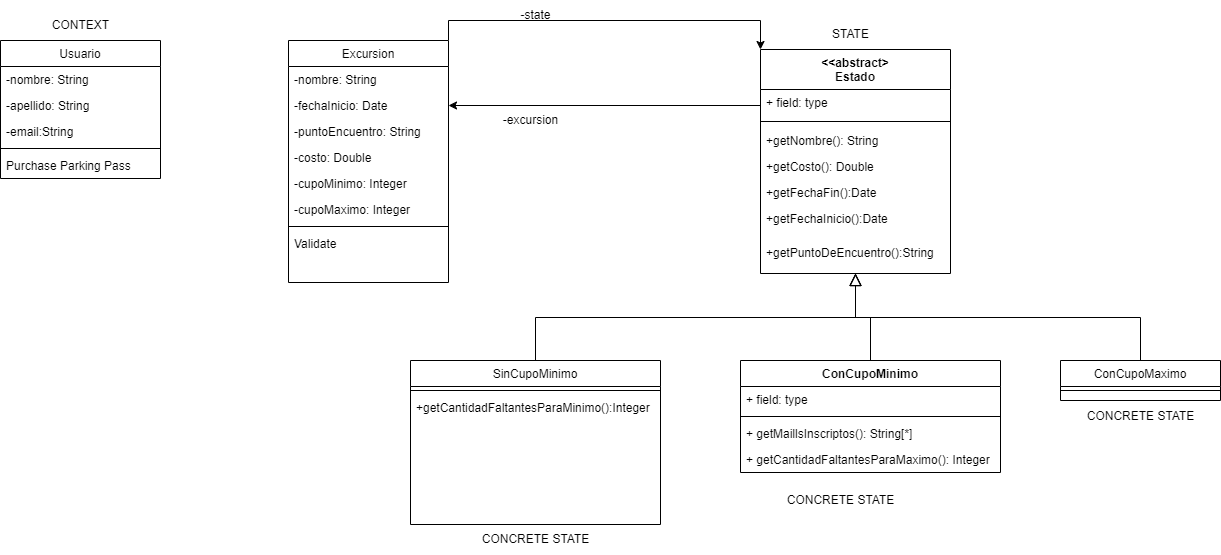
Earlier version of the draw.io export UML/ejercicio8.png (JuCenBer/OO2-Orientacion-Objetos2). Source tidied: cells renumbered, new cells last; positions are measured from the earlier drawing's top-left corner, leaving out a move shared by most shapes.
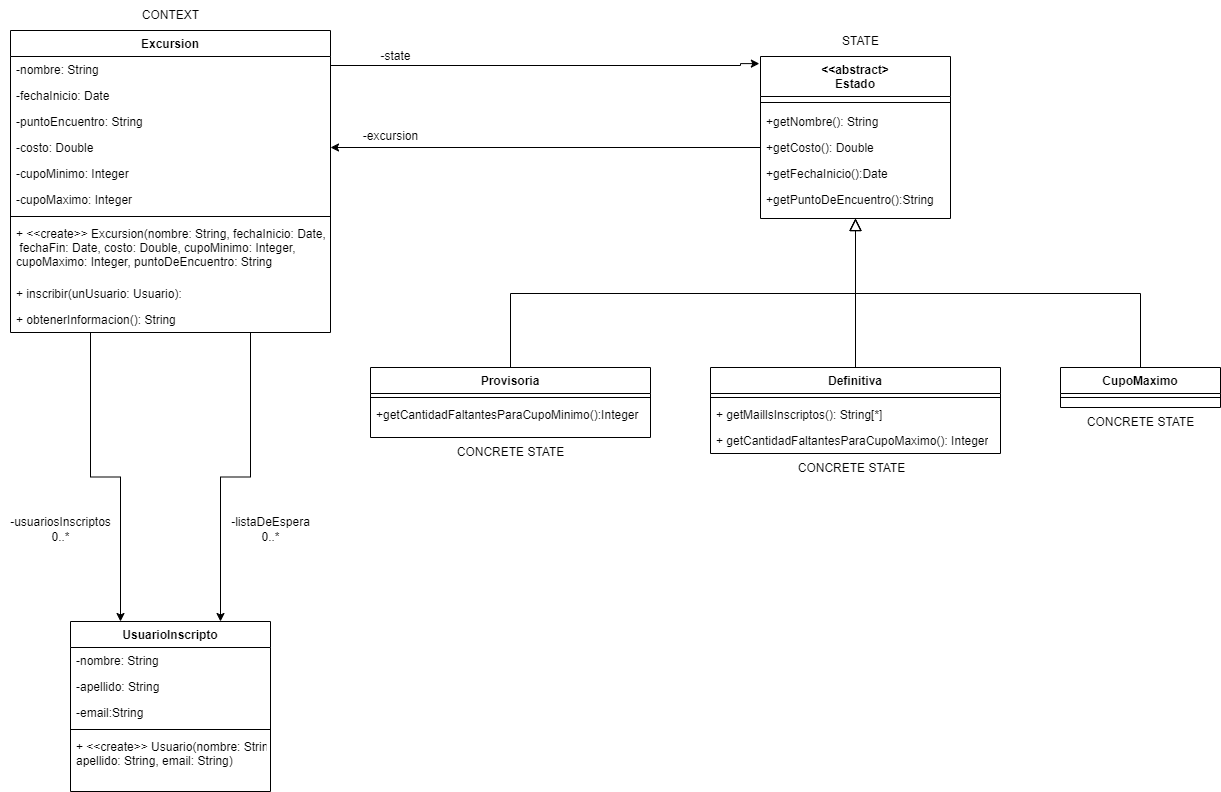
The same file after the commit.

What changed in the source:
```diff
@@ -2,38 +2,38 @@
   <root>
     <mxCell id="0" />
     <mxCell id="1" parent="0" />
-    <mxCell id="2" value="Usuario" style="swimlane;fontStyle=0;align=center;verticalAlign=top;horizontal=1;startSize=26;rounded=0;shadow=0;strokeWidth=1;" parent="1" vertex="1">
-      <mxGeometry y="40" width="160" height="138" as="geometry" />
+    <mxCell id="2" value="UsuarioInscripto" style="swimlane;fontStyle=1;align=center;verticalAlign=top;horizontal=1;startSize=26;rounded=0;shadow=0;strokeWidth=1;" parent="1" vertex="1">
+      <mxGeometry x="240" y="610" width="200" height="170" as="geometry" />
     </mxCell>
     <mxCell id="3" value="-nombre: String" style="text;align=left;verticalAlign=top;spacingLeft=4;spacingRight=4;overflow=hidden;" parent="2" vertex="1">
-      <mxGeometry y="26" width="160" height="26" as="geometry" />
+      <mxGeometry y="26" width="200" height="26" as="geometry" />
     </mxCell>
     <mxCell id="4" value="-apellido: String" style="text;align=left;verticalAlign=top;spacingLeft=4;spacingRight=4;overflow=hidden;rounded=0;shadow=0;html=0;" parent="2" vertex="1">
-      <mxGeometry y="52" width="160" height="26" as="geometry" />
+      <mxGeometry y="52" width="200" height="26" as="geometry" />
     </mxCell>
     <mxCell id="5" value="-email:String" style="text;align=left;verticalAlign=top;spacingLeft=4;spacingRight=4;overflow=hidden;rounded=0;shadow=0;html=0;" parent="2" vertex="1">
-      <mxGeometry y="78" width="160" height="26" as="geometry" />
+      <mxGeometry y="78" width="200" height="26" as="geometry" />
     </mxCell>
     <mxCell id="6" style="line;html=1;strokeWidth=1;align=left;verticalAlign=middle;spacingTop=-1;spacingLeft=3;spacingRight=3;labelPosition=right;" parent="2" vertex="1">
-      <mxGeometry y="104" width="160" height="8" as="geometry" />
+      <mxGeometry y="104" width="200" height="8" as="geometry" />
     </mxCell>
-    <mxCell id="7" value="Purchase Parking Pass" style="text;align=left;verticalAlign=top;spacingLeft=4;spacingRight=4;overflow=hidden;" parent="2" vertex="1">
-      <mxGeometry y="112" width="160" height="26" as="geometry" />
+    <mxCell id="7" value="+ &lt;&lt;create&gt;&gt; Usuario(nombre: String,&#10;apellido: String, email: String)" style="text;align=left;verticalAlign=top;spacingLeft=4;spacingRight=4;overflow=hidden;" parent="2" vertex="1">
+      <mxGeometry y="112" width="200" height="38" as="geometry" />
     </mxCell>
-    <mxCell id="8" value="SinCupoMinimo" style="swimlane;fontStyle=0;align=center;verticalAlign=top;horizontal=1;startSize=26;rounded=0;shadow=0;strokeWidth=1;" parent="1" vertex="1">
-      <mxGeometry x="410" y="360" width="250" height="164" as="geometry" />
+    <mxCell id="8" value="Provisoria" style="swimlane;fontStyle=1;align=center;verticalAlign=top;horizontal=1;startSize=26;rounded=0;shadow=0;strokeWidth=1;" parent="1" vertex="1">
+      <mxGeometry x="540" y="356" width="280" height="70" as="geometry" />
     </mxCell>
     <mxCell id="9" style="line;html=1;strokeWidth=1;align=left;verticalAlign=middle;spacingTop=-1;spacingLeft=3;spacingRight=3;labelPosition=right;" parent="8" vertex="1">
-      <mxGeometry y="26" width="250" height="8" as="geometry" />
+      <mxGeometry y="26" width="280" height="8" as="geometry" />
     </mxCell>
-    <mxCell id="10" value="+getCantidadFaltantesParaMinimo():Integer" style="text;align=left;verticalAlign=top;spacingLeft=4;spacingRight=4;overflow=hidden;" parent="8" vertex="1">
-      <mxGeometry y="34" width="250" height="26" as="geometry" />
+    <mxCell id="10" value="+getCantidadFaltantesParaCupoMinimo():Integer" style="text;align=left;verticalAlign=top;spacingLeft=4;spacingRight=4;overflow=hidden;" parent="8" vertex="1">
+      <mxGeometry y="34" width="280" height="26" as="geometry" />
     </mxCell>
     <mxCell id="11" style="endArrow=block;endSize=10;endFill=0;shadow=0;strokeWidth=1;rounded=0;edgeStyle=elbowEdgeStyle;elbow=vertical;entryX=0.5;entryY=1;entryDx=0;entryDy=0;" parent="1" edge="1" source="8" target="26">
       <mxGeometry relative="1" as="geometry" />
     </mxCell>
-    <mxCell id="12" value="ConCupoMaximo" style="swimlane;fontStyle=0;align=center;verticalAlign=top;horizontal=1;startSize=26;rounded=0;shadow=0;strokeWidth=1;" parent="1" vertex="1">
-      <mxGeometry x="1060" y="360" width="160" height="40" as="geometry" />
+    <mxCell id="12" value="CupoMaximo" style="swimlane;fontStyle=1;align=center;verticalAlign=top;horizontal=1;startSize=26;rounded=0;shadow=0;strokeWidth=1;" parent="1" vertex="1">
+      <mxGeometry x="1230" y="356" width="160" height="40" as="geometry" />
     </mxCell>
     <mxCell id="13" style="line;html=1;strokeWidth=1;align=left;verticalAlign=middle;spacingTop=-1;spacingLeft=3;spacingRight=3;labelPosition=right;" parent="12" vertex="1">
       <mxGeometry y="26" width="160" height="8" as="geometry" />
@@ -41,101 +41,115 @@
     <mxCell id="14" style="endArrow=block;endSize=10;endFill=0;shadow=0;strokeWidth=1;rounded=0;edgeStyle=elbowEdgeStyle;elbow=vertical;entryX=0.5;entryY=1;entryDx=0;entryDy=0;" parent="1" edge="1" source="12" target="26">
       <mxGeometry relative="1" as="geometry" />
     </mxCell>
-    <mxCell id="15" style="edgeStyle=orthogonalEdgeStyle;rounded=0;jettySize=auto;html=1;exitX=1;exitY=0;exitDx=0;exitDy=0;entryX=0;entryY=0;entryDx=0;entryDy=0;" parent="1" edge="1" source="16" target="26">
-      <mxGeometry relative="1" as="geometry" />
-    </mxCell>
+    <mxCell id="47" style="edgeStyle=orthogonalEdgeStyle;rounded=0;jettySize=auto;html=1;exitX=0.75;exitY=1;exitDx=0;exitDy=0;entryX=0.75;entryY=0;entryDx=0;entryDy=0;" parent="1" edge="1" source="16" target="2">
+      <mxGeometry relative="1" as="geometry" />
+    </mxCell>
+    <mxCell id="48" style="edgeStyle=orthogonalEdgeStyle;rounded=0;jettySize=auto;html=1;exitX=0.25;exitY=1;exitDx=0;exitDy=0;entryX=0.25;entryY=0;entryDx=0;entryDy=0;" parent="1" edge="1" source="16" target="2">
+      <mxGeometry relative="1" as="geometry" />
+    </mxCell>
-    <mxCell id="16" value="Excursion" style="swimlane;fontStyle=0;align=center;verticalAlign=top;horizontal=1;startSize=26;rounded=0;shadow=0;strokeWidth=1;" parent="1" vertex="1">
-      <mxGeometry x="288" y="40" width="160" height="242" as="geometry" />
+    <mxCell id="16" value="Excursion" style="swimlane;fontStyle=1;align=center;verticalAlign=top;horizontal=1;startSize=26;rounded=0;shadow=0;strokeWidth=1;" parent="1" vertex="1">
+      <mxGeometry x="180" y="19" width="320" height="302" as="geometry" />
     </mxCell>
     <mxCell id="17" value="-nombre: String" style="text;align=left;verticalAlign=top;spacingLeft=4;spacingRight=4;overflow=hidden;points=[[0,0.5],[1,0.5]];portConstraint=eastwest;" parent="16" vertex="1">
-      <mxGeometry y="26" width="160" height="26" as="geometry" />
+      <mxGeometry y="26" width="320" height="26" as="geometry" />
     </mxCell>
     <mxCell id="18" value="-fechaInicio: Date" style="text;align=left;verticalAlign=top;spacingLeft=4;spacingRight=4;overflow=hidden;points=[[0,0.5],[1,0.5]];portConstraint=eastwest;rounded=0;shadow=0;html=0;" parent="16" vertex="1">
-      <mxGeometry y="52" width="160" height="26" as="geometry" />
+      <mxGeometry y="52" width="320" height="26" as="geometry" />
     </mxCell>
     <mxCell id="19" value="-puntoEncuentro: String" style="text;align=left;verticalAlign=top;spacingLeft=4;spacingRight=4;overflow=hidden;rounded=0;shadow=0;html=0;" parent="16" vertex="1">
-      <mxGeometry y="78" width="160" height="26" as="geometry" />
+      <mxGeometry y="78" width="320" height="26" as="geometry" />
     </mxCell>
     <mxCell id="20" value="-costo: Double" style="text;align=left;verticalAlign=top;spacingLeft=4;spacingRight=4;overflow=hidden;points=[[0,0.5],[1,0.5]];portConstraint=eastwest;rounded=0;shadow=0;html=0;" parent="16" vertex="1">
-      <mxGeometry y="104" width="160" height="26" as="geometry" />
+      <mxGeometry y="104" width="320" height="26" as="geometry" />
     </mxCell>
     <mxCell id="21" value="-cupoMinimo: Integer" style="text;align=left;verticalAlign=top;spacingLeft=4;spacingRight=4;overflow=hidden;rounded=0;shadow=0;html=0;" parent="16" vertex="1">
-      <mxGeometry y="130" width="160" height="26" as="geometry" />
+      <mxGeometry y="130" width="320" height="26" as="geometry" />
     </mxCell>
     <mxCell id="22" value="-cupoMaximo: Integer" style="text;align=left;verticalAlign=top;spacingLeft=4;spacingRight=4;overflow=hidden;rounded=0;shadow=0;html=0;" parent="16" vertex="1">
-      <mxGeometry y="156" width="160" height="26" as="geometry" />
+      <mxGeometry y="156" width="320" height="26" as="geometry" />
     </mxCell>
     <mxCell id="23" style="line;html=1;strokeWidth=1;align=left;verticalAlign=middle;spacingTop=-1;spacingLeft=3;spacingRight=3;labelPosition=right;" parent="16" vertex="1">
-      <mxGeometry y="182" width="160" height="8" as="geometry" />
+      <mxGeometry y="182" width="320" height="8" as="geometry" />
     </mxCell>
+    <mxCell id="49" value="+ &lt;&lt;create&gt;&gt; Excursion(nombre: String, fechaInicio: Date,&#10; fechaFin: Date, costo: Double, cupoMinimo: Integer, &#10;cupoMaximo: Integer, puntoDeEncuentro: String" style="text;align=left;verticalAlign=top;spacingLeft=4;spacingRight=4;overflow=hidden;" parent="16" vertex="1">
+      <mxGeometry y="190" width="320" height="60" as="geometry" />
+    </mxCell>
-    <mxCell id="24" value="Validate" style="text;align=left;verticalAlign=top;spacingLeft=4;spacingRight=4;overflow=hidden;" parent="16" vertex="1">
-      <mxGeometry y="190" width="160" height="26" as="geometry" />
+    <mxCell id="24" value="+ inscribir(unUsuario: Usuario):" style="text;align=left;verticalAlign=top;spacingLeft=4;spacingRight=4;overflow=hidden;" parent="16" vertex="1">
+      <mxGeometry y="250" width="320" height="26" as="geometry" />
     </mxCell>
-    <mxCell id="25" style="edgeStyle=orthogonalEdgeStyle;rounded=0;jettySize=auto;html=1;exitX=0;exitY=0.25;exitDx=0;exitDy=0;entryX=1;entryY=0.5;entryDx=0;entryDy=0;" parent="1" edge="1" source="26" target="18">
-      <mxGeometry relative="1" as="geometry" />
-    </mxCell>
+    <mxCell id="50" value="+ obtenerInformacion(): String" style="text;align=left;verticalAlign=top;spacingLeft=4;spacingRight=4;overflow=hidden;" parent="16" vertex="1">
+      <mxGeometry y="276" width="320" height="26" as="geometry" />
+    </mxCell>
     <mxCell id="26" value="&amp;lt;&amp;lt;abstract&amp;gt;&lt;br&gt;Estado" style="swimlane;fontStyle=1;align=center;verticalAlign=top;horizontal=1;startSize=40;whiteSpace=wrap;html=1;" parent="1" vertex="1">
-      <mxGeometry x="760" y="49" width="190" height="224" as="geometry" />
+      <mxGeometry x="930" y="45" width="190" height="162" as="geometry" />
     </mxCell>
-    <mxCell id="27" value="+ field: type" style="text;strokeColor=none;fillColor=none;align=left;verticalAlign=top;spacingLeft=4;spacingRight=4;overflow=hidden;whiteSpace=wrap;html=1;" parent="26" vertex="1">
-      <mxGeometry y="40" width="190" height="26" as="geometry" />
-    </mxCell>
     <mxCell id="28" style="line;strokeWidth=1;fillColor=none;align=left;verticalAlign=middle;spacingTop=-1;spacingLeft=3;spacingRight=3;labelPosition=right;strokeColor=inherit;" parent="26" vertex="1">
-      <mxGeometry y="66" width="190" height="12" as="geometry" />
+      <mxGeometry y="40" width="190" height="12" as="geometry" />
     </mxCell>
     <mxCell id="29" value="+getNombre(): String" style="text;align=left;verticalAlign=top;spacingLeft=4;spacingRight=4;overflow=hidden;" parent="26" vertex="1">
-      <mxGeometry y="78" width="190" height="26" as="geometry" />
+      <mxGeometry y="52" width="190" height="26" as="geometry" />
     </mxCell>
     <mxCell id="30" value="+getCosto(): Double" style="text;align=left;verticalAlign=top;spacingLeft=4;spacingRight=4;overflow=hidden;points=[[0,0.5],[1,0.5]];portConstraint=eastwest;" parent="26" vertex="1">
-      <mxGeometry y="104" width="190" height="26" as="geometry" />
+      <mxGeometry y="78" width="190" height="26" as="geometry" />
     </mxCell>
-    <mxCell id="31" value="+getFechaFin():Date" style="text;align=left;verticalAlign=top;spacingLeft=4;spacingRight=4;overflow=hidden;" parent="26" vertex="1">
-      <mxGeometry y="130" width="190" height="26" as="geometry" />
-    </mxCell>
     <mxCell id="32" value="+getFechaInicio():Date" style="text;align=left;verticalAlign=top;spacingLeft=4;spacingRight=4;overflow=hidden;" parent="26" vertex="1">
-      <mxGeometry y="156" width="190" height="34" as="geometry" />
+      <mxGeometry y="104" width="190" height="26" as="geometry" />
     </mxCell>
     <mxCell id="33" value="+getPuntoDeEncuentro():String" style="text;align=left;verticalAlign=top;spacingLeft=4;spacingRight=4;overflow=hidden;" parent="26" vertex="1">
-      <mxGeometry y="190" width="190" height="34" as="geometry" />
+      <mxGeometry y="130" width="190" height="32" as="geometry" />
     </mxCell>
     <mxCell id="34" value="-state" style="text;html=1;align=center;verticalAlign=middle;strokeColor=none;fillColor=none;" parent="1" vertex="1">
-      <mxGeometry x="510" width="50" height="30" as="geometry" />
+      <mxGeometry x="540" y="30" width="50" height="30" as="geometry" />
     </mxCell>
     <mxCell id="35" value="-excursion" style="text;html=1;align=center;verticalAlign=middle;strokeColor=none;fillColor=none;" parent="1" vertex="1">
-      <mxGeometry x="490" y="105" width="80" height="30" as="geometry" />
+      <mxGeometry x="520" y="110" width="80" height="30" as="geometry" />
     </mxCell>
-    <mxCell id="36" value="ConCupoMinimo" style="swimlane;fontStyle=1;align=center;verticalAlign=top;horizontal=1;startSize=26;whiteSpace=wrap;html=1;" parent="1" vertex="1">
-      <mxGeometry x="740" y="360" width="260" height="112" as="geometry" />
+    <mxCell id="36" value="Definitiva" style="swimlane;fontStyle=1;align=center;verticalAlign=top;horizontal=1;startSize=26;whiteSpace=wrap;html=1;" parent="1" vertex="1">
+      <mxGeometry x="880" y="356" width="290" height="86" as="geometry" />
     </mxCell>
-    <mxCell id="37" value="+ field: type" style="text;strokeColor=none;fillColor=none;align=left;verticalAlign=top;spacingLeft=4;spacingRight=4;overflow=hidden;whiteSpace=wrap;html=1;" parent="36" vertex="1">
-      <mxGeometry y="26" width="260" height="26" as="geometry" />
-    </mxCell>
     <mxCell id="38" style="line;strokeWidth=1;fillColor=none;align=left;verticalAlign=middle;spacingTop=-1;spacingLeft=3;spacingRight=3;labelPosition=right;strokeColor=inherit;" parent="36" vertex="1">
-      <mxGeometry y="52" width="260" height="8" as="geometry" />
+      <mxGeometry y="26" width="290" height="8" as="geometry" />
     </mxCell>
     <mxCell id="39" value="+ getMaillsInscriptos(): String[*]" style="text;strokeColor=none;fillColor=none;align=left;verticalAlign=top;spacingLeft=4;spacingRight=4;overflow=hidden;whiteSpace=wrap;html=1;" parent="36" vertex="1">
-      <mxGeometry y="60" width="260" height="26" as="geometry" />
+      <mxGeometry y="34" width="290" height="26" as="geometry" />
     </mxCell>
-    <mxCell id="40" value="+ getCantidadFaltantesParaMaximo(): Integer" style="text;strokeColor=none;fillColor=none;align=left;verticalAlign=top;spacingLeft=4;spacingRight=4;overflow=hidden;whiteSpace=wrap;html=1;" parent="36" vertex="1">
-      <mxGeometry y="86" width="260" height="26" as="geometry" />
+    <mxCell id="40" value="+ getCantidadFaltantesParaCupoMaximo(): Integer" style="text;strokeColor=none;fillColor=none;align=left;verticalAlign=top;spacingLeft=4;spacingRight=4;overflow=hidden;whiteSpace=wrap;html=1;" parent="36" vertex="1">
+      <mxGeometry y="60" width="290" height="26" as="geometry" />
     </mxCell>
     <mxCell id="41" style="endArrow=block;endSize=10;endFill=0;shadow=0;strokeWidth=1;rounded=0;edgeStyle=elbowEdgeStyle;elbow=vertical;entryX=0.5;entryY=1;entryDx=0;entryDy=0;exitX=0.5;exitY=0;exitDx=0;exitDy=0;" parent="1" edge="1" source="36" target="26">
       <mxGeometry relative="1" as="geometry" />
     </mxCell>
     <mxCell id="42" value="STATE" style="text;html=1;align=center;verticalAlign=middle;strokeColor=none;fillColor=none;" parent="1" vertex="1">
-      <mxGeometry x="820" y="19" width="60" height="30" as="geometry" />
+      <mxGeometry x="1000" y="15" width="60" height="30" as="geometry" />
     </mxCell>
     <mxCell id="43" value="CONCRETE STATE" style="text;html=1;align=center;verticalAlign=middle;strokeColor=none;fillColor=none;" parent="1" vertex="1">
-      <mxGeometry x="470" y="524" width="130" height="30" as="geometry" />
+      <mxGeometry x="615" y="426" width="130" height="30" as="geometry" />
     </mxCell>
     <mxCell id="44" value="CONCRETE STATE" style="text;html=1;align=center;verticalAlign=middle;strokeColor=none;fillColor=none;" parent="1" vertex="1">
-      <mxGeometry x="775" y="485" width="130" height="30" as="geometry" />
+      <mxGeometry x="956" y="442" width="130" height="30" as="geometry" />
     </mxCell>
     <mxCell id="45" value="CONCRETE STATE" style="text;html=1;align=center;verticalAlign=middle;strokeColor=none;fillColor=none;" parent="1" vertex="1">
-      <mxGeometry x="1075" y="401" width="130" height="30" as="geometry" />
+      <mxGeometry x="1245" y="396" width="130" height="30" as="geometry" />
     </mxCell>
     <mxCell id="46" value="CONTEXT" style="text;html=1;align=center;verticalAlign=middle;strokeColor=none;fillColor=none;" parent="1" vertex="1">
-      <mxGeometry x="40" y="10" width="80" height="30" as="geometry" />
+      <mxGeometry x="300" y="-11" width="80" height="30" as="geometry" />
     </mxCell>
+    <mxCell id="51" style="edgeStyle=orthogonalEdgeStyle;rounded=0;jettySize=auto;html=1;exitX=0;exitY=0.5;exitDx=0;exitDy=0;entryX=1;entryY=0.5;entryDx=0;entryDy=0;" parent="1" edge="1" source="30" target="20">
+      <mxGeometry relative="1" as="geometry" />
+    </mxCell>
+    <mxCell id="52" style="edgeStyle=orthogonalEdgeStyle;rounded=0;jettySize=auto;html=1;exitX=1;exitY=0.5;exitDx=0;exitDy=0;entryX=-0.006;entryY=0.044;entryDx=0;entryDy=0;entryPerimeter=0;" parent="1" edge="1" source="17" target="26">
+      <mxGeometry relative="1" as="geometry">
+        <Array as="points">
+          <mxPoint x="500" y="54" />
+          <mxPoint x="910" y="54" />
+        </Array>
+      </mxGeometry>
+    </mxCell>
+    <mxCell id="53" value="-usuariosInscriptos&lt;br&gt;0..*" style="text;html=1;align=center;verticalAlign=middle;strokeColor=none;fillColor=none;" parent="1" vertex="1">
+      <mxGeometry x="170" y="498" width="120" height="40" as="geometry" />
+    </mxCell>
+    <mxCell id="54" value="-listaDeEspera&lt;br&gt;0..*" style="text;html=1;align=center;verticalAlign=middle;strokeColor=none;fillColor=none;" parent="1" vertex="1">
+      <mxGeometry x="390" y="498" width="100" height="40" as="geometry" />
+    </mxCell>
   </root>
 </mxGraphModel>
```
